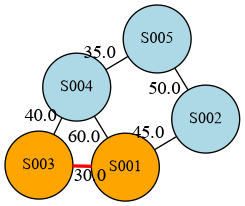
Before: Fronted/static/grafo_sucursales.png, a diagram exported from Graphviz (Mynor-M-50/Proyecto_1_Fase_2_EDD_Mynor_Monzon_1S_2026). Its source is kept beside it as Fronted/static/grafo_sucursales.dot.
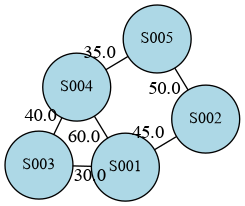
Later version of the same file.

What changed in the source:
```diff
@@ -1,13 +1,13 @@
 graph Sucursales {
 	overlap=false splines=true
 	node [fillcolor=lightblue fontsize=12 shape=circle style=filled]
-	S001 [label=S001 fillcolor=orange]
+	S001 [label=S001 fillcolor=lightblue]
 	S002 [label=S002 fillcolor=lightblue]
-	S003 [label=S003 fillcolor=orange]
+	S003 [label=S003 fillcolor=lightblue]
 	S004 [label=S004 fillcolor=lightblue]
 	S005 [label=S005 fillcolor=lightblue]
 	S001 -- S002 [label=45.0]
-	S001 -- S003 [label=30.0 color=red penwidth=2.5]
+	S001 -- S003 [label=30.0]
 	S001 -- S004 [label=60.0]
 	S002 -- S005 [label=50.0]
 	S003 -- S004 [label=40.0]
```
